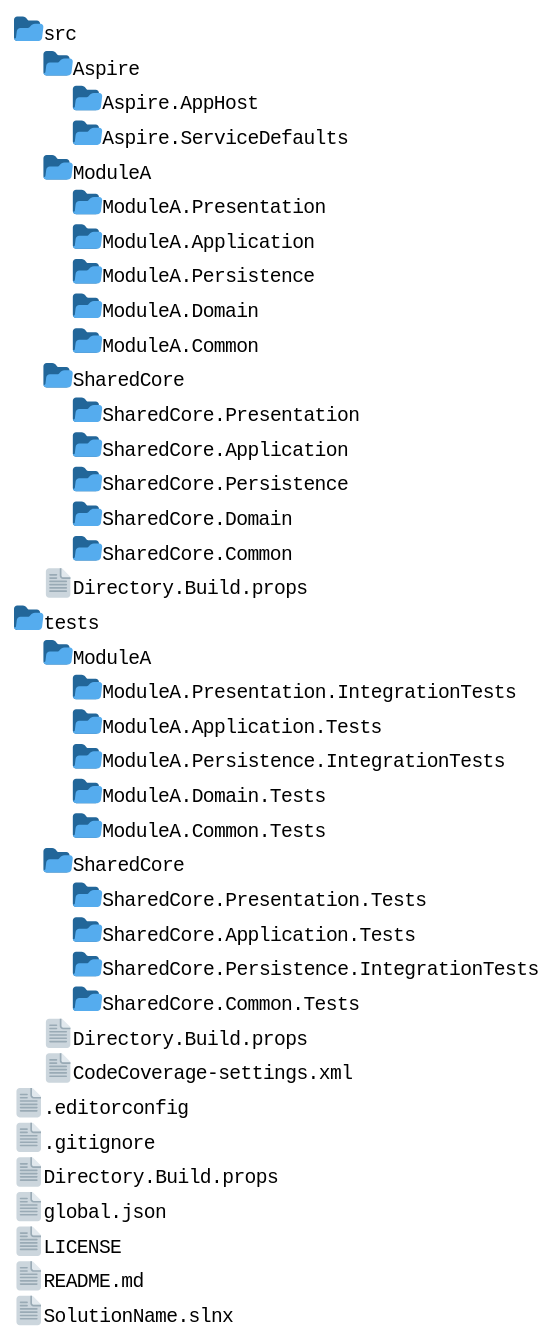
Above: docs/FoldersStructure.svg in p-martinho/Minimal.Api.Template (PlantUML), before the change.
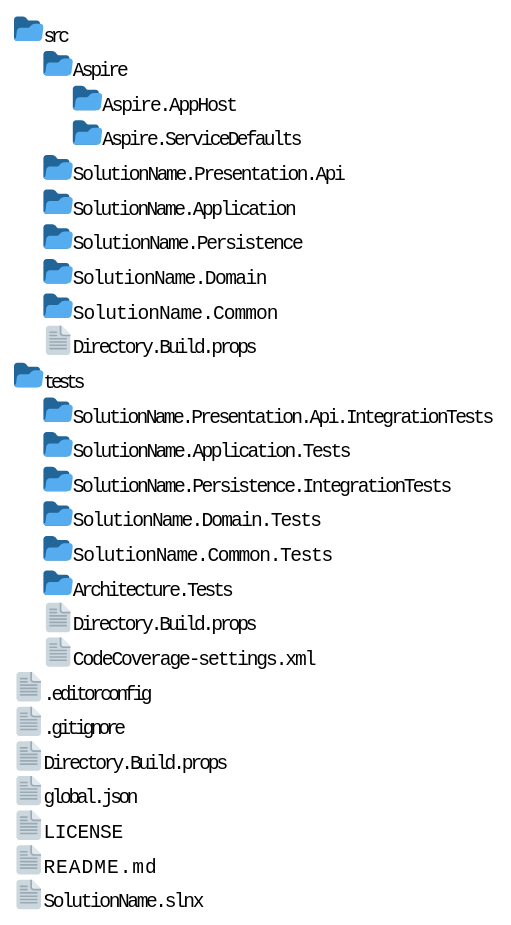
The same file after the commit.

The edit, as a diff of the source:
```diff
@@ -2,26 +2,18 @@
 
 /src/Aspire/Aspire.AppHost/
 /src/Aspire/Aspire.ServiceDefaults/
-/src/ModuleA/ModuleA.Presentation/
-/src/ModuleA/ModuleA.Application/
-/src/ModuleA/ModuleA.Persistence/
-/src/ModuleA/ModuleA.Domain/
-/src/ModuleA/ModuleA.Common/
-/src/SharedCore/SharedCore.Presentation/
-/src/SharedCore/SharedCore.Application/
-/src/SharedCore/SharedCore.Persistence/
-/src/SharedCore/SharedCore.Domain/
-/src/SharedCore/SharedCore.Common/
+/src/SolutionName.Presentation.Api/
+/src/SolutionName.Application/
+/src/SolutionName.Persistence/
+/src/SolutionName.Domain/
+/src/SolutionName.Common/
 /src/Directory.Build.props
-/tests/ModuleA/ModuleA.Presentation.IntegrationTests/
-/tests/ModuleA/ModuleA.Application.Tests/
-/tests/ModuleA/ModuleA.Persistence.IntegrationTests/
-/tests/ModuleA/ModuleA.Domain.Tests/
-/tests/ModuleA/ModuleA.Common.Tests/
-/tests/SharedCore/SharedCore.Presentation.Tests/
-/tests/SharedCore/SharedCore.Application.Tests/
-/tests/SharedCore/SharedCore.Persistence.IntegrationTests/
-/tests/SharedCore/SharedCore.Common.Tests/
+/tests/SolutionName.Presentation.Api.IntegrationTests/
+/tests/SolutionName.Application.Tests/
+/tests/SolutionName.Persistence.IntegrationTests/
+/tests/SolutionName.Domain.Tests/
+/tests/SolutionName.Common.Tests/
+/tests/Architecture.Tests/
 /tests/Directory.Build.props
 /tests/CodeCoverage-settings.xml
 /.editorconfig
```
